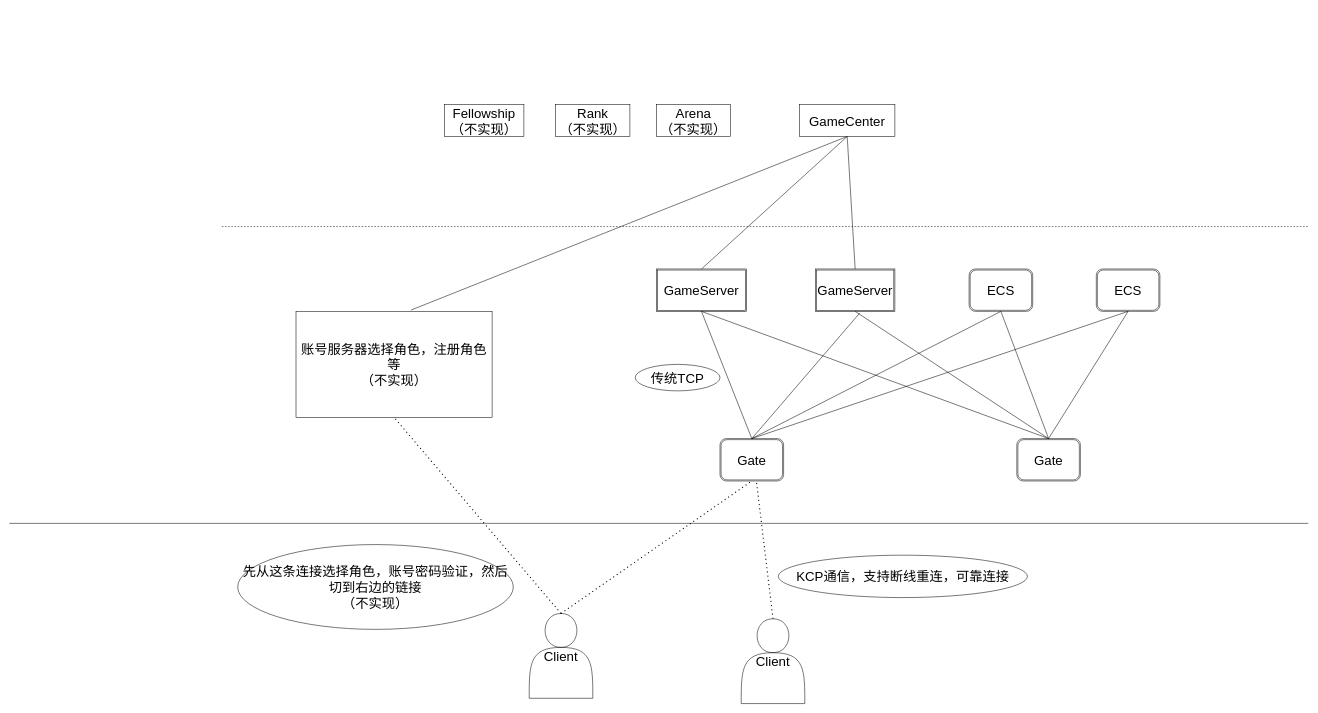
Above: page "Base" (1 of 5) of Doc/GameServerFrame.drawio in a654889339/FingerGuessGame (draw.io), before the change. Source tidied: cells renumbered, new cells numbered last; positions are measured from the earlier drawing's top-left corner, leaving out a move shared by most shapes. Both pictures are drawn from the tidied source at 53%, with x=0, y=0 at pixel (9, 104).
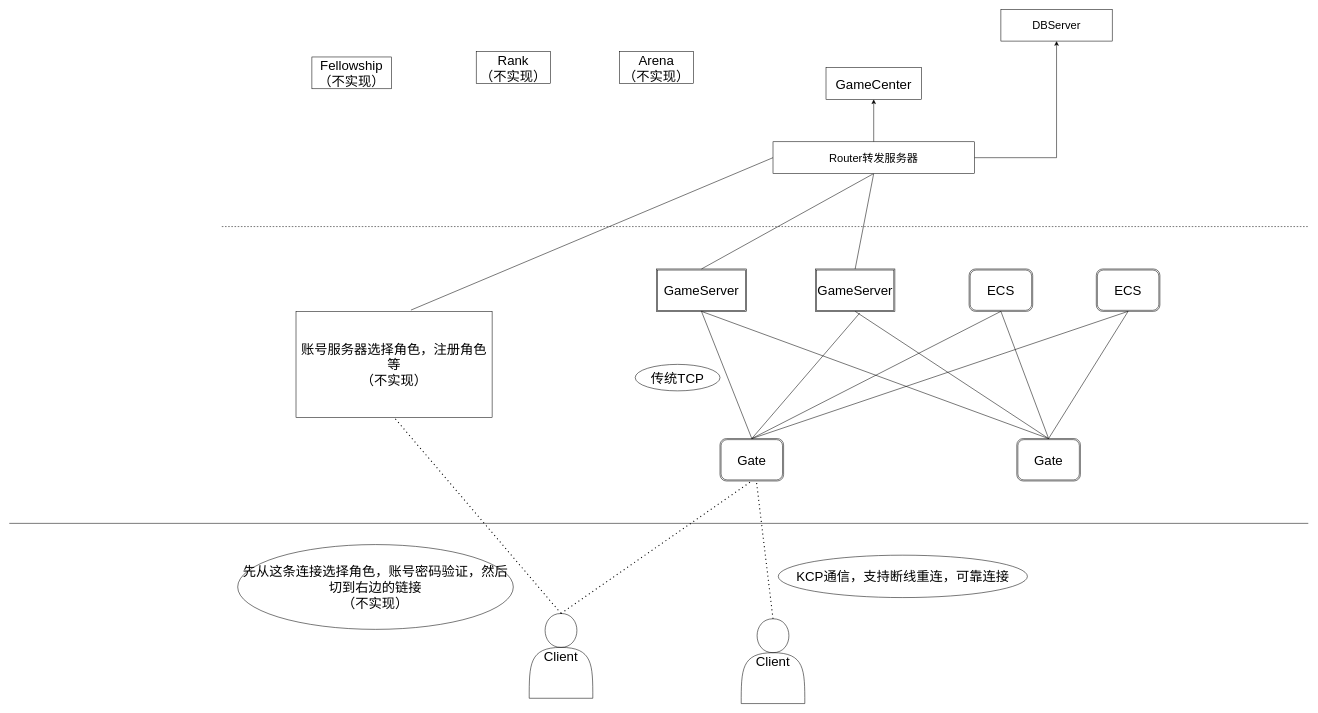
After the change.

The change refers to these unchanged cells:
```xml
<mxCell id="7" value="GameServer" style="shape=ext;double=1;rounded=0;whiteSpace=wrap;html=1;fontSize=25;" parent="1" vertex="1">
  <mxGeometry x="1221" y="310" width="170" height="80" as="geometry" />
</mxCell>
<mxCell id="8" value="GameServer" style="shape=ext;double=1;rounded=0;whiteSpace=wrap;html=1;fontSize=25;" parent="1" vertex="1">
  <mxGeometry x="1521" y="310" width="150" height="80" as="geometry" />
</mxCell>
<mxCell id="30" value="账号服务器选择角色，注册角色等&lt;br&gt;（不实现）" style="rounded=0;whiteSpace=wrap;html=1;fontSize=25;" parent="1" vertex="1">
  <mxGeometry x="541" y="390" width="370" height="200" as="geometry" />
</mxCell>
```

What changed in the source:
```diff
@@
     <mxCell id="21" value="GameCenter" style="rounded=0;whiteSpace=wrap;html=1;fontSize=25;" parent="1" vertex="1">
-      <mxGeometry x="1491" width="180" height="60" as="geometry" />
+      <mxGeometry x="1541" y="-70" width="180" height="60" as="geometry" />
     </mxCell>
-    <mxCell id="22" style="endArrow=none;html=1;rounded=0;fontSize=25;entryX=0.5;entryY=1;entryDx=0;entryDy=0;exitX=0.5;exitY=0;exitDx=0;exitDy=0;" parent="1" edge="1" source="8" target="21">
+    <mxCell id="22" style="endArrow=none;html=1;rounded=0;fontSize=25;entryX=0.5;entryY=1;entryDx=0;entryDy=0;exitX=0.5;exitY=0;exitDx=0;exitDy=0;" parent="1" edge="1" source="8" target="36">
       <mxGeometry relative="1" as="geometry" />
     </mxCell>
-    <mxCell id="23" style="endArrow=none;html=1;rounded=0;fontSize=25;entryX=0.5;entryY=1;entryDx=0;entryDy=0;exitX=0.5;exitY=0;exitDx=0;exitDy=0;" parent="1" edge="1" source="7" target="21">
+    <mxCell id="23" style="endArrow=none;html=1;rounded=0;fontSize=25;entryX=0.5;entryY=1;entryDx=0;entryDy=0;exitX=0.5;exitY=0;exitDx=0;exitDy=0;" parent="1" edge="1" source="7" target="36">
       <mxGeometry relative="1" as="geometry" />
     </mxCell>
@@
     <mxCell id="25" value="Arena&lt;br&gt;（不实现）" style="rounded=0;whiteSpace=wrap;html=1;fontSize=25;" parent="1" vertex="1">
-      <mxGeometry x="1221" width="140" height="60" as="geometry" />
+      <mxGeometry x="1151" y="-100" width="140" height="60" as="geometry" />
     </mxCell>
     <mxCell id="26" value="Fellowship（不实现）" style="rounded=0;whiteSpace=wrap;html=1;fontSize=25;" parent="1" vertex="1">
-      <mxGeometry x="821" width="150" height="60" as="geometry" />
+      <mxGeometry x="571" y="-90" width="150" height="60" as="geometry" />
     </mxCell>
     <mxCell id="27" value="Rank&lt;br&gt;（不实现）" style="rounded=0;whiteSpace=wrap;html=1;fontSize=25;" parent="1" vertex="1">
-      <mxGeometry x="1031" width="140" height="60" as="geometry" />
+      <mxGeometry x="881" y="-100" width="140" height="60" as="geometry" />
     </mxCell>
@@
-    <mxCell id="31" style="endArrow=none;html=1;rounded=0;fontSize=25;entryX=0.5;entryY=1;entryDx=0;entryDy=0;exitX=0.586;exitY=-0.012;exitDx=0;exitDy=0;exitPerimeter=0;" parent="1" edge="1" source="30" target="21">
+    <mxCell id="31" style="endArrow=none;html=1;rounded=0;fontSize=25;entryX=0;entryY=0.5;entryDx=0;entryDy=0;exitX=0.586;exitY=-0.012;exitDx=0;exitDy=0;exitPerimeter=0;" parent="1" edge="1" source="30" target="36">
       <mxGeometry relative="1" as="geometry" />
     </mxCell>
@@
+    <mxCell id="34" style="edgeStyle=orthogonalEdgeStyle;rounded=0;jettySize=auto;html=1;fontSize=21;" parent="1" edge="1" source="36" target="21">
+      <mxGeometry relative="1" as="geometry" />
+    </mxCell>
+    <mxCell id="35" style="edgeStyle=orthogonalEdgeStyle;rounded=0;jettySize=auto;html=1;fontSize=21;" parent="1" edge="1" source="36" target="37">
+      <mxGeometry relative="1" as="geometry" />
+    </mxCell>
+    <mxCell id="36" value="&lt;font style=&quot;font-size: 21px&quot;&gt;Router转发服务器&lt;/font&gt;" style="rounded=0;whiteSpace=wrap;html=1;" parent="1" vertex="1">
+      <mxGeometry x="1441" y="70" width="380" height="60" as="geometry" />
+    </mxCell>
+    <mxCell id="37" value="&lt;font style=&quot;font-size: 21px&quot;&gt;DBServer&lt;/font&gt;" style="whiteSpace=wrap;html=1;rounded=0;" parent="1" vertex="1">
+      <mxGeometry x="1871" y="-180" width="210" height="60" as="geometry" />
+    </mxCell>
```
